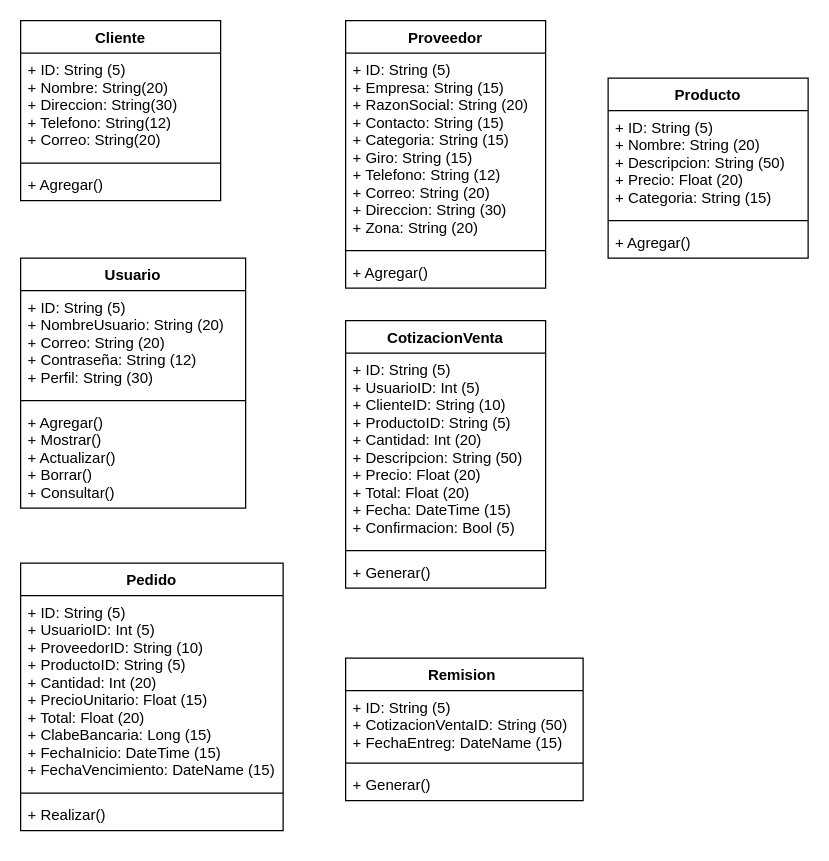
KAI1718/clase keeps this draw.io diagram as diagrama de clases.drawio. Above is the earlier version. Source tidied: cells renumbered, new cells numbered last; positions are measured from the earlier drawing's top-left corner, leaving out a move shared by most shapes. Both pictures are drawn from the tidied source at 125%, with x=0, y=0 at pixel (20, 20).
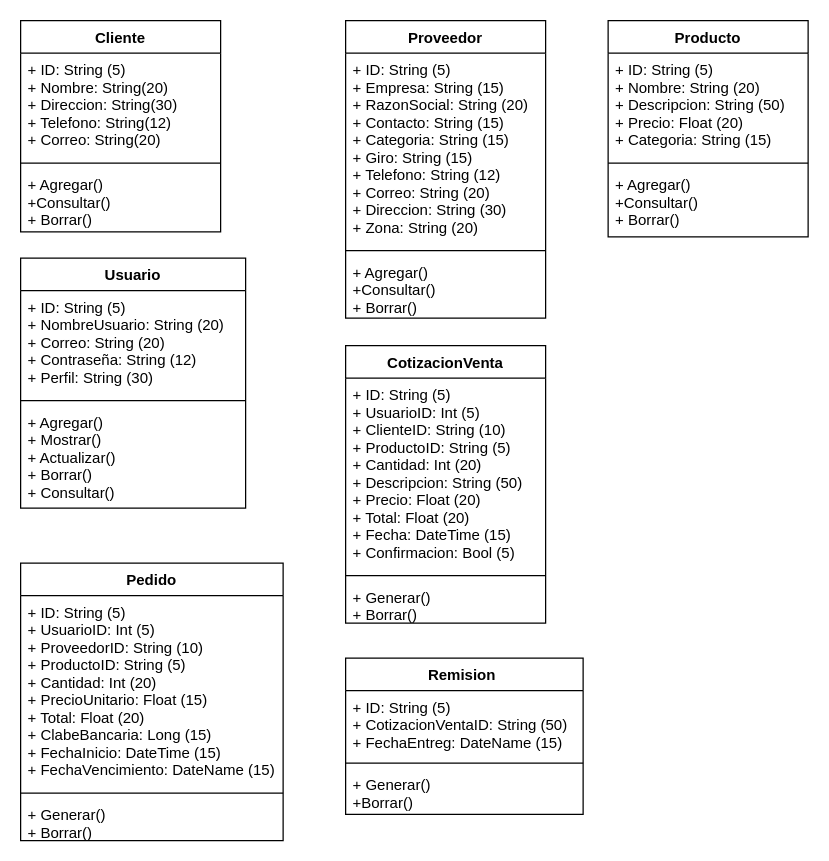
After the change.

Change to the diagram source:
```diff
@@
     <mxCell id="2" value="Cliente" style="swimlane;fontStyle=1;align=center;verticalAlign=top;horizontal=1;startSize=26;" parent="1" vertex="1">
-      <mxGeometry width="160" height="144" as="geometry" />
+      <mxGeometry width="160" height="169" as="geometry" />
     </mxCell>
@@
-    <mxCell id="5" value="+ Agregar()" style="text;strokeColor=none;fillColor=none;align=left;verticalAlign=top;spacingLeft=4;spacingRight=4;overflow=hidden;" parent="2" vertex="1">
-      <mxGeometry y="118" width="160" height="26" as="geometry" />
+    <mxCell id="5" value="+ Agregar()&#10;+Consultar()&#10;+ Borrar()" style="text;strokeColor=none;fillColor=none;align=left;verticalAlign=top;spacingLeft=4;spacingRight=4;overflow=hidden;" parent="2" vertex="1">
+      <mxGeometry y="118" width="160" height="51" as="geometry" />
     </mxCell>
     <mxCell id="6" value="CotizacionVenta" style="swimlane;fontStyle=1;align=center;verticalAlign=top;horizontal=1;startSize=26;" parent="1" vertex="1">
-      <mxGeometry x="260" y="240" width="160" height="214" as="geometry" />
+      <mxGeometry x="260" y="260" width="160" height="222" as="geometry" />
     </mxCell>
@@
-    <mxCell id="9" value="+ Generar()" style="text;strokeColor=none;fillColor=none;align=left;verticalAlign=top;spacingLeft=4;spacingRight=4;overflow=hidden;" parent="6" vertex="1">
-      <mxGeometry y="188" width="160" height="26" as="geometry" />
+    <mxCell id="9" value="+ Generar()&#10;+ Borrar()" style="text;strokeColor=none;fillColor=none;align=left;verticalAlign=top;spacingLeft=4;spacingRight=4;overflow=hidden;" parent="6" vertex="1">
+      <mxGeometry y="188" width="160" height="34" as="geometry" />
     </mxCell>
     <mxCell id="10" value="Pedido" style="swimlane;fontStyle=1;align=center;verticalAlign=top;horizontal=1;startSize=26;" parent="1" vertex="1">
-      <mxGeometry y="434" width="210" height="214" as="geometry" />
+      <mxGeometry y="434" width="210" height="222" as="geometry" />
     </mxCell>
@@
-    <mxCell id="13" value="+ Realizar()" style="text;strokeColor=none;fillColor=none;align=left;verticalAlign=top;spacingLeft=4;spacingRight=4;overflow=hidden;" parent="10" vertex="1">
-      <mxGeometry y="188" width="210" height="26" as="geometry" />
+    <mxCell id="13" value="+ Generar()&#10;+ Borrar()" style="text;strokeColor=none;fillColor=none;align=left;verticalAlign=top;spacingLeft=4;spacingRight=4;overflow=hidden;" parent="10" vertex="1">
+      <mxGeometry y="188" width="210" height="34" as="geometry" />
     </mxCell>
     <mxCell id="14" value="Producto" style="swimlane;fontStyle=1;align=center;verticalAlign=top;horizontal=1;startSize=26;" parent="1" vertex="1">
-      <mxGeometry x="470" y="46" width="160" height="144" as="geometry" />
+      <mxGeometry x="470" width="160" height="173" as="geometry" />
     </mxCell>
@@
-    <mxCell id="17" value="+ Agregar()" style="text;strokeColor=none;fillColor=none;align=left;verticalAlign=top;spacingLeft=4;spacingRight=4;overflow=hidden;" parent="14" vertex="1">
-      <mxGeometry y="118" width="160" height="26" as="geometry" />
+    <mxCell id="17" value="+ Agregar()&#10;+Consultar()&#10;+ Borrar()" style="text;strokeColor=none;fillColor=none;align=left;verticalAlign=top;spacingLeft=4;spacingRight=4;overflow=hidden;" parent="14" vertex="1">
+      <mxGeometry y="118" width="160" height="55" as="geometry" />
     </mxCell>
     <mxCell id="18" value="Proveedor" style="swimlane;fontStyle=1;align=center;verticalAlign=top;horizontal=1;startSize=26;" parent="1" vertex="1">
-      <mxGeometry x="260" width="160" height="214" as="geometry" />
+      <mxGeometry x="260" width="160" height="238" as="geometry" />
     </mxCell>
@@
-    <mxCell id="21" value="+ Agregar()" style="text;strokeColor=none;fillColor=none;align=left;verticalAlign=top;spacingLeft=4;spacingRight=4;overflow=hidden;" parent="18" vertex="1">
-      <mxGeometry y="188" width="160" height="26" as="geometry" />
+    <mxCell id="21" value="+ Agregar()&#10;+Consultar()&#10;+ Borrar()" style="text;strokeColor=none;fillColor=none;align=left;verticalAlign=top;spacingLeft=4;spacingRight=4;overflow=hidden;" parent="18" vertex="1">
+      <mxGeometry y="188" width="160" height="50" as="geometry" />
     </mxCell>
     <mxCell id="22" value="Remision " style="swimlane;fontStyle=1;align=center;verticalAlign=top;horizontal=1;startSize=26;" parent="1" vertex="1">
-      <mxGeometry x="260" y="510" width="190" height="114" as="geometry" />
+      <mxGeometry x="260" y="510" width="190" height="125" as="geometry" />
     </mxCell>
@@
-    <mxCell id="25" value="+ Generar()" style="text;strokeColor=none;fillColor=none;align=left;verticalAlign=top;spacingLeft=4;spacingRight=4;overflow=hidden;" parent="22" vertex="1">
-      <mxGeometry y="88" width="190" height="26" as="geometry" />
+    <mxCell id="25" value="+ Generar()&#10;+Borrar()" style="text;strokeColor=none;fillColor=none;align=left;verticalAlign=top;spacingLeft=4;spacingRight=4;overflow=hidden;" parent="22" vertex="1">
+      <mxGeometry y="88" width="190" height="37" as="geometry" />
     </mxCell>
```
